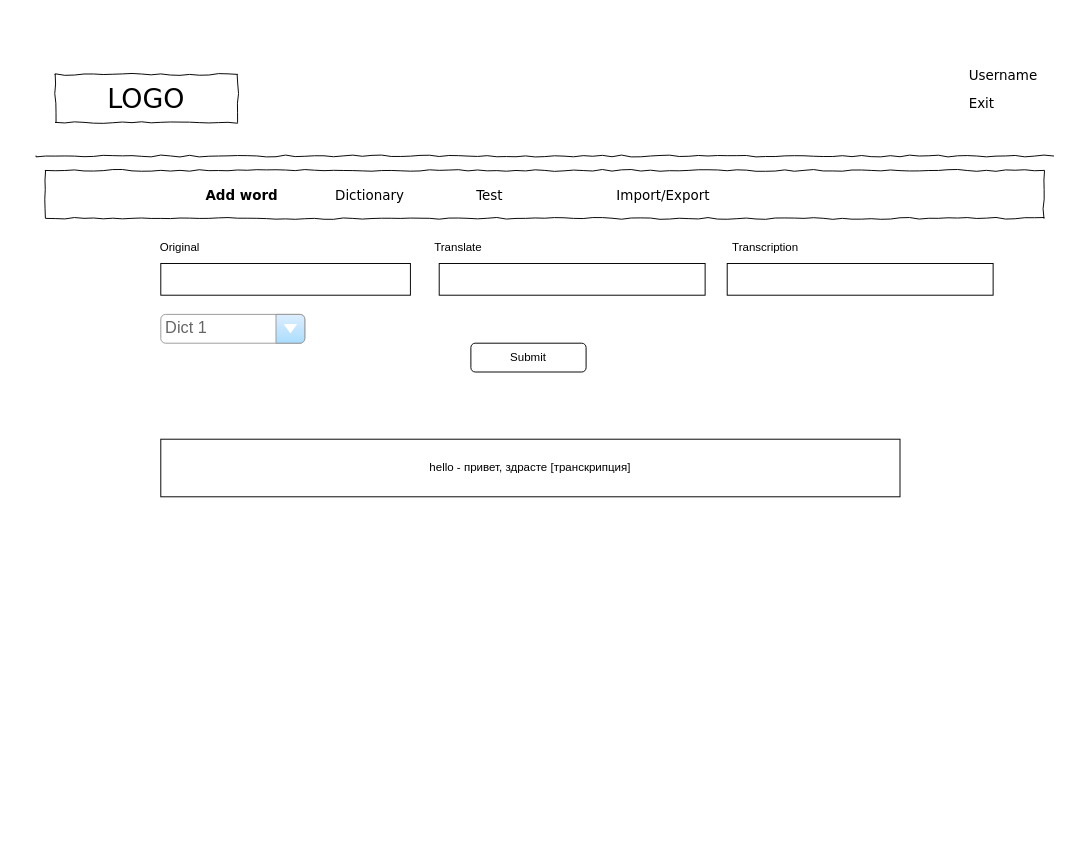
The draw.io diagram page "add word interface" (1 of 6) of schemes/scheme.drawio in vikk777/Smart-Dictionary, before the edit. Source tidied: cells renumbered, new cells numbered last; positions are measured from the earlier drawing's top-left corner, leaving out a move shared by most shapes. Both pictures are drawn from the tidied source at 96%, with x=0, y=0 at pixel (36, 64).
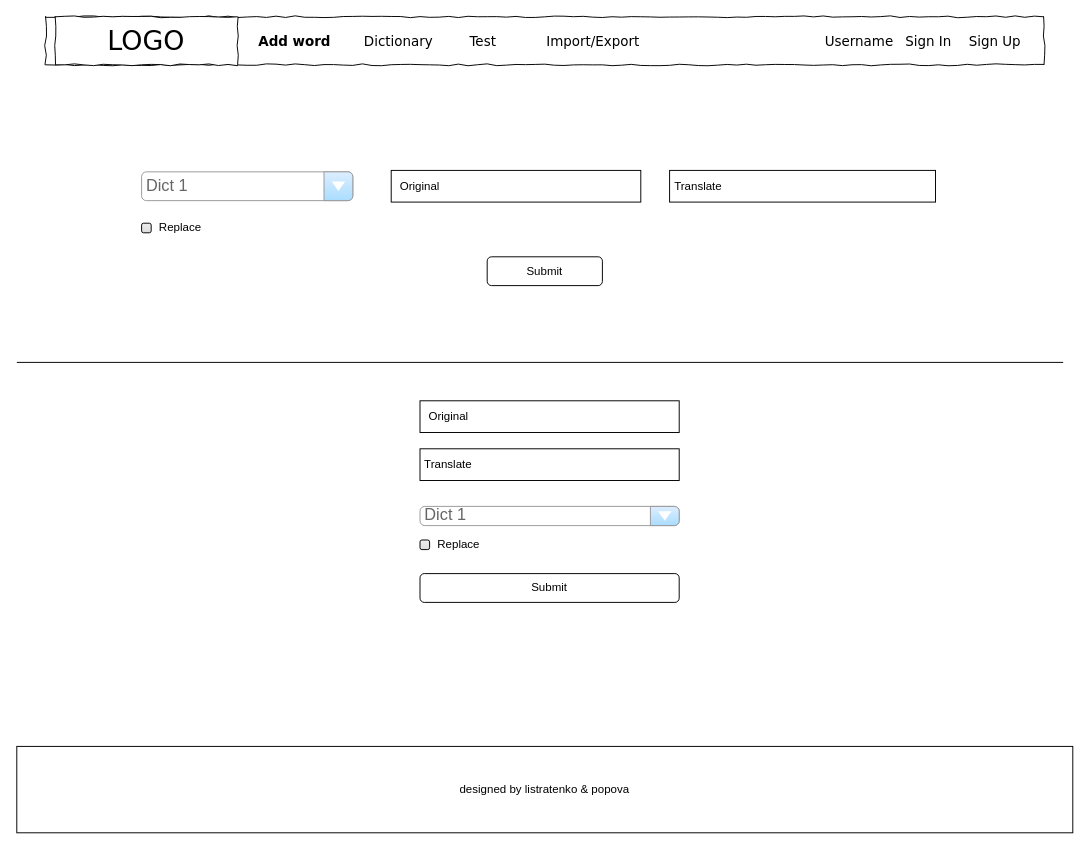
After the change.

The edit, as a diff of the source:
```diff
@@
-    <mxCell id="2" value="LOGO" style="whiteSpace=wrap;html=1;rounded=0;shadow=0;labelBackgroundColor=none;strokeWidth=1;fontFamily=Verdana;fontSize=28;align=center;comic=1;" parent="1" vertex="1">
-      <mxGeometry x="20" y="10" width="190" height="50" as="geometry" />
-    </mxCell>
-    <mxCell id="3" value="Username" style="text;html=1;align=left;verticalAlign=top;spacingTop=-4;fontSize=14;fontFamily=Verdana;" parent="1" vertex="1">
-      <mxGeometry x="970" width="60" height="20" as="geometry" />
-    </mxCell>
-    <mxCell id="4" style="line;strokeWidth=1;html=1;rounded=0;shadow=0;labelBackgroundColor=none;fillColor=none;fontFamily=Verdana;fontSize=14;fontColor=#000000;align=center;comic=1;" parent="1" vertex="1">
-      <mxGeometry y="90" width="1060" height="10" as="geometry" />
-    </mxCell>
+    <mxCell id="9" style="rounded=0;whiteSpace=wrap;html=1;" parent="1" vertex="1">
+      <mxGeometry x="370" y="110" width="260" height="33" as="geometry" />
+    </mxCell>
+    <mxCell id="11" value="Original" style="text;html=1;strokeColor=none;fillColor=none;align=center;verticalAlign=middle;whiteSpace=wrap;rounded=0;" parent="1" vertex="1">
+      <mxGeometry x="380" y="116.5" width="40" height="20" as="geometry" />
+    </mxCell>
+    <mxCell id="14" value="Submit" style="rounded=1;whiteSpace=wrap;html=1;" parent="1" vertex="1">
+      <mxGeometry x="470" y="200" width="120" height="30" as="geometry" />
+    </mxCell>
+    <mxCell id="16" value="Dict 1" style="strokeWidth=1;shadow=0;dashed=0;align=center;html=1;shape=mxgraph.mockup.forms.comboBox;strokeColor=#999999;fillColor=#ddeeff;align=left;fillColor2=#aaddff;mainText=;fontColor=#666666;fontSize=17;spacingLeft=3;" parent="1" vertex="1">
+      <mxGeometry x="110" y="111.5" width="220" height="30" as="geometry" />
+    </mxCell>
+    <mxCell id="20" style="group;" parent="1" vertex="1">
+      <mxGeometry x="10" y="-50" width="1040" height="50" as="geometry" />
+    </mxCell>
-    <mxCell id="5" style="whiteSpace=wrap;html=1;rounded=0;shadow=0;labelBackgroundColor=none;strokeWidth=1;fillColor=none;fontFamily=Verdana;fontSize=12;align=center;comic=1;" parent="1" vertex="1">
-      <mxGeometry x="10" y="110" width="1040" height="50" as="geometry" />
+    <mxCell id="5" style="whiteSpace=wrap;html=1;rounded=0;shadow=0;labelBackgroundColor=none;strokeWidth=1;fillColor=none;fontFamily=Verdana;fontSize=12;align=center;comic=1;" parent="20" vertex="1">
+      <mxGeometry width="1040" height="50" as="geometry" />
     </mxCell>
-    <mxCell id="6" value="Dictionary" style="text;html=1;align=left;verticalAlign=top;spacingTop=-4;fontSize=14;fontFamily=Verdana;" parent="1" vertex="1">
-      <mxGeometry x="310" y="125" width="60" height="20" as="geometry" />
+    <mxCell id="6" value="Dictionary" style="text;html=1;align=left;verticalAlign=top;spacingTop=-4;fontSize=14;fontFamily=Verdana;" parent="20" vertex="1">
+      <mxGeometry x="330" y="15" width="60" height="20" as="geometry" />
     </mxCell>
-    <mxCell id="7" value="Test" style="text;html=1;align=left;verticalAlign=top;spacingTop=-4;fontSize=14;fontFamily=Verdana;" parent="1" vertex="1">
-      <mxGeometry x="457" y="125" width="60" height="20" as="geometry" />
+    <mxCell id="7" value="Test" style="text;html=1;align=left;verticalAlign=top;spacingTop=-4;fontSize=14;fontFamily=Verdana;" parent="20" vertex="1">
+      <mxGeometry x="440" y="15" width="60" height="20" as="geometry" />
     </mxCell>
-    <mxCell id="8" value="Import/Export" style="text;html=1;align=left;verticalAlign=top;spacingTop=-4;fontSize=14;fontFamily=Verdana;" parent="1" vertex="1">
-      <mxGeometry x="603" y="125" width="60" height="20" as="geometry" />
+    <mxCell id="8" value="Import/Export" style="text;html=1;align=left;verticalAlign=top;spacingTop=-4;fontSize=14;fontFamily=Verdana;" parent="20" vertex="1">
+      <mxGeometry x="520" y="15" width="60" height="20" as="geometry" />
     </mxCell>
-    <mxCell id="9" style="rounded=0;whiteSpace=wrap;html=1;" parent="1" vertex="1">
-      <mxGeometry x="130" y="207" width="260" height="33" as="geometry" />
-    </mxCell>
+    <mxCell id="17" value="Add word" style="text;html=1;align=left;verticalAlign=top;spacingTop=-4;fontSize=14;fontFamily=Verdana;fontStyle=1;" parent="20" vertex="1">
+      <mxGeometry x="220" y="15" width="60" height="20" as="geometry" />
+    </mxCell>
+    <mxCell id="2" value="LOGO" style="whiteSpace=wrap;html=1;rounded=0;shadow=0;labelBackgroundColor=none;strokeWidth=1;fontFamily=Verdana;fontSize=28;align=center;comic=1;" parent="20" vertex="1">
+      <mxGeometry x="10" width="190" height="50" as="geometry" />
+    </mxCell>
+    <mxCell id="3" value="Username" style="text;html=1;align=left;verticalAlign=top;spacingTop=-4;fontSize=14;fontFamily=Verdana;" parent="20" vertex="1">
+      <mxGeometry x="810" y="15" width="60" height="20" as="geometry" />
+    </mxCell>
+    <mxCell id="21" value="Sign In" style="text;html=1;align=left;verticalAlign=top;spacingTop=-4;fontSize=14;fontFamily=Verdana;" parent="20" vertex="1">
+      <mxGeometry x="894" y="15" width="60" height="20" as="geometry" />
+    </mxCell>
+    <mxCell id="22" value="Sign Up" style="text;html=1;align=left;verticalAlign=top;spacingTop=-4;fontSize=14;fontFamily=Verdana;" parent="20" vertex="1">
+      <mxGeometry x="960" y="15" width="60" height="20" as="geometry" />
+    </mxCell>
+    <mxCell id="23" style="group;" parent="1" vertex="1">
+      <mxGeometry x="110" y="160" width="70" height="20" as="geometry" />
+    </mxCell>
+    <mxCell id="24" style="html=1;shadow=0;dashed=0;shape=mxgraph.bootstrap.checkbox2;labelPosition=right;verticalLabelPosition=middle;align=left;verticalAlign=middle;gradientColor=#DEDEDE;fillColor=#EDEDED;checked=0;spacing=5;checkedFill=#0085FC;checkedStroke=#ffffff;" parent="23" vertex="1">
+      <mxGeometry y="5" width="10" height="10" as="geometry" />
+    </mxCell>
+    <mxCell id="25" value="Replace" style="text;html=1;align=center;verticalAlign=middle;" parent="23" vertex="1">
+      <mxGeometry x="10" width="60" height="20" as="geometry" />
+    </mxCell>
+    <mxCell id="26" value="designed by listratenko &amp;amp; popova" style="rounded=0;whiteSpace=wrap;html=1;" parent="1" vertex="1">
+      <mxGeometry x="-20" y="710" width="1100" height="90" as="geometry" />
+    </mxCell>
+    <mxCell id="27" style="endArrow=none;html=1;" parent="1" edge="1">
+      <mxGeometry relative="1" as="geometry">
+        <mxPoint x="-20" y="310" as="sourcePoint" />
+        <mxPoint x="1070" y="310" as="targetPoint" />
+      </mxGeometry>
+    </mxCell>
+    <mxCell id="28" style="rounded=0;whiteSpace=wrap;html=1;" parent="1" vertex="1">
+      <mxGeometry x="400" y="350" width="270" height="33" as="geometry" />
+    </mxCell>
+    <mxCell id="29" value="Original" style="text;html=1;strokeColor=none;fillColor=none;align=center;verticalAlign=middle;whiteSpace=wrap;rounded=0;" parent="1" vertex="1">
+      <mxGeometry x="410" y="356.5" width="40" height="20" as="geometry" />
+    </mxCell>
+    <mxCell id="30" style="group;" parent="1" vertex="1">
+      <mxGeometry x="660" y="110" width="277" height="33" as="geometry" />
+    </mxCell>
-    <mxCell id="10" style="rounded=0;whiteSpace=wrap;html=1;" parent="1" vertex="1">
-      <mxGeometry x="420" y="207" width="277" height="33" as="geometry" />
+    <mxCell id="10" style="rounded=0;whiteSpace=wrap;html=1;" parent="30" vertex="1">
+      <mxGeometry width="277" height="33" as="geometry" />
     </mxCell>
-    <mxCell id="11" value="Original" style="text;html=1;strokeColor=none;fillColor=none;align=center;verticalAlign=middle;whiteSpace=wrap;rounded=0;" parent="1" vertex="1">
-      <mxGeometry x="130" y="180" width="40" height="20" as="geometry" />
-    </mxCell>
-    <mxCell id="12" value="Translate" style="text;html=1;strokeColor=none;fillColor=none;align=center;verticalAlign=middle;whiteSpace=wrap;rounded=0;" parent="1" vertex="1">
-      <mxGeometry x="420" y="180" width="40" height="20" as="geometry" />
+    <mxCell id="12" value="Translate" style="text;html=1;strokeColor=none;fillColor=none;align=center;verticalAlign=middle;whiteSpace=wrap;rounded=0;" parent="30" vertex="1">
+      <mxGeometry x="10" y="6.5" width="40" height="20" as="geometry" />
     </mxCell>
-    <mxCell id="13" value="hello - привет, здрасте [транскрипция]" style="rounded=0;whiteSpace=wrap;html=1;" parent="1" vertex="1">
-      <mxGeometry x="130" y="390" width="770" height="60" as="geometry" />
-    </mxCell>
-    <mxCell id="14" value="Submit" style="rounded=1;whiteSpace=wrap;html=1;" parent="1" vertex="1">
-      <mxGeometry x="453" y="290" width="120" height="30" as="geometry" />
-    </mxCell>
-    <mxCell id="15" value="Exit" style="text;html=1;align=left;verticalAlign=top;spacingTop=-4;fontSize=14;fontFamily=Verdana;" parent="1" vertex="1">
-      <mxGeometry x="970" y="30" width="60" height="20" as="geometry" />
-    </mxCell>
-    <mxCell id="16" value="Dict 1" style="strokeWidth=1;shadow=0;dashed=0;align=center;html=1;shape=mxgraph.mockup.forms.comboBox;strokeColor=#999999;fillColor=#ddeeff;align=left;fillColor2=#aaddff;mainText=;fontColor=#666666;fontSize=17;spacingLeft=3;" parent="1" vertex="1">
-      <mxGeometry x="130" y="260" width="150" height="30" as="geometry" />
-    </mxCell>
-    <mxCell id="17" value="Add word" style="text;html=1;align=left;verticalAlign=top;spacingTop=-4;fontSize=14;fontFamily=Verdana;fontStyle=1;" parent="1" vertex="1">
-      <mxGeometry x="175" y="125" width="60" height="20" as="geometry" />
-    </mxCell>
-    <mxCell id="18" style="rounded=0;whiteSpace=wrap;html=1;" parent="1" vertex="1">
-      <mxGeometry x="720" y="207" width="277" height="33" as="geometry" />
-    </mxCell>
-    <mxCell id="19" value="Transcription" style="text;html=1;strokeColor=none;fillColor=none;align=center;verticalAlign=middle;whiteSpace=wrap;rounded=0;" parent="1" vertex="1">
-      <mxGeometry x="720" y="180" width="80" height="20" as="geometry" />
-    </mxCell>
+    <mxCell id="31" style="group;" parent="1" vertex="1">
+      <mxGeometry x="400" y="400" width="270" height="33" as="geometry" />
+    </mxCell>
+    <mxCell id="32" style="rounded=0;whiteSpace=wrap;html=1;" parent="31" vertex="1">
+      <mxGeometry width="270" height="33" as="geometry" />
+    </mxCell>
+    <mxCell id="33" value="Translate" style="text;html=1;strokeColor=none;fillColor=none;align=center;verticalAlign=middle;whiteSpace=wrap;rounded=0;" parent="31" vertex="1">
+      <mxGeometry x="9.7" y="6.5" width="39" height="20" as="geometry" />
+    </mxCell>
+    <mxCell id="34" value="Dict 1" style="strokeWidth=1;shadow=0;dashed=0;align=center;html=1;shape=mxgraph.mockup.forms.comboBox;strokeColor=#999999;fillColor=#ddeeff;align=left;fillColor2=#aaddff;mainText=;fontColor=#666666;fontSize=17;spacingLeft=3;" parent="1" vertex="1">
+      <mxGeometry x="400" y="460" width="270" height="20" as="geometry" />
+    </mxCell>
+    <mxCell id="35" style="group;" parent="1" vertex="1">
+      <mxGeometry x="400" y="490" width="70" height="20" as="geometry" />
+    </mxCell>
+    <mxCell id="36" style="html=1;shadow=0;dashed=0;shape=mxgraph.bootstrap.checkbox2;labelPosition=right;verticalLabelPosition=middle;align=left;verticalAlign=middle;gradientColor=#DEDEDE;fillColor=#EDEDED;checked=0;spacing=5;checkedFill=#0085FC;checkedStroke=#ffffff;" parent="35" vertex="1">
+      <mxGeometry y="5" width="10" height="10" as="geometry" />
+    </mxCell>
+    <mxCell id="37" value="Replace" style="text;html=1;align=center;verticalAlign=middle;" parent="35" vertex="1">
+      <mxGeometry x="10" width="60" height="20" as="geometry" />
+    </mxCell>
+    <mxCell id="38" value="Submit" style="rounded=1;whiteSpace=wrap;html=1;" parent="1" vertex="1">
+      <mxGeometry x="400" y="530" width="270" height="30" as="geometry" />
+    </mxCell>
```
